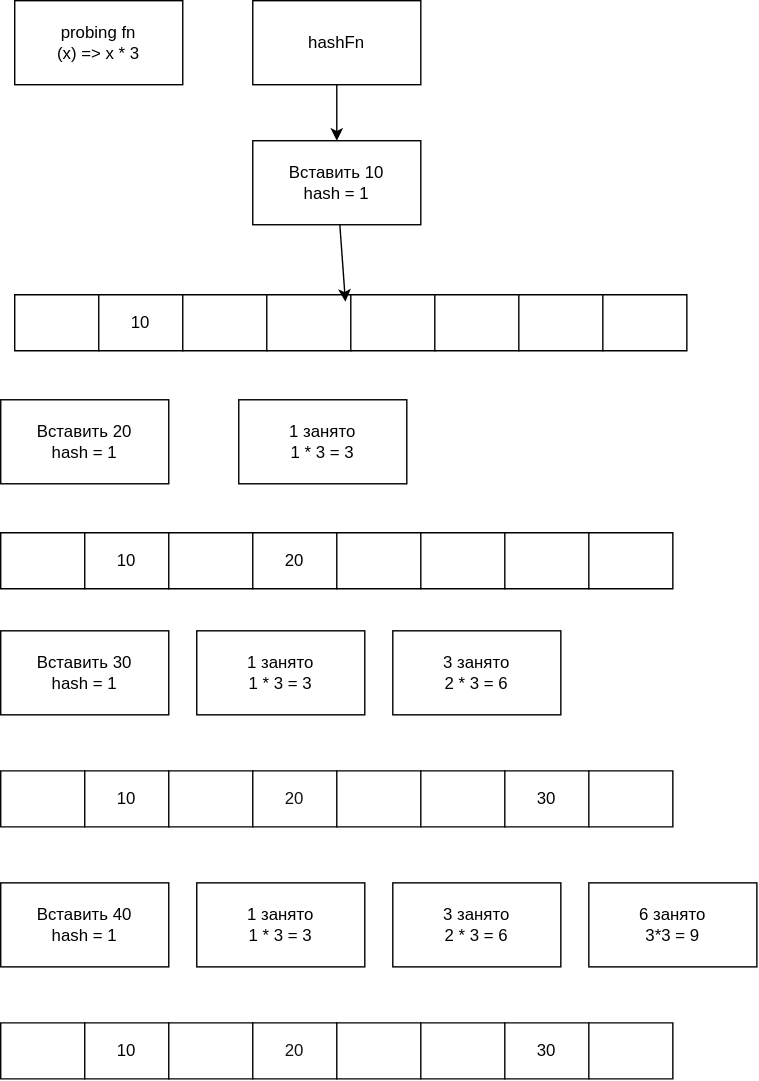
Above: База/Структуры данных/2. Быстро находить данные и проверять условия/2.3. Проверять принадлежность и уникальность/Множество (Set)/HashSet/OpenAddressing/Примеры.drawio.svg in kosukhin/catalog (draw.io), before the change. Source tidied: cells renumbered, new cells last; positions are measured from the earlier drawing's top-left corner, leaving out a move shared by most shapes.
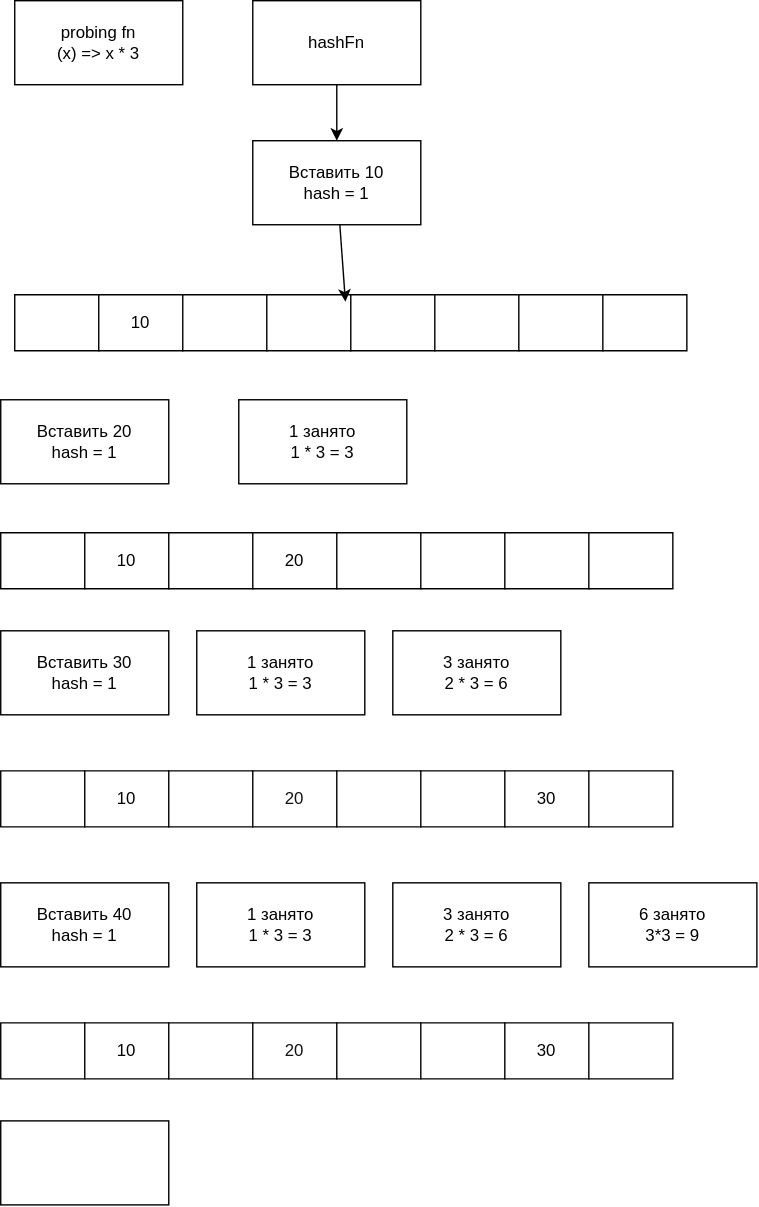
The same file after the commit.

What changed in the source:
```diff
@@ -164,5 +164,8 @@
     <mxCell id="55" value="6 занято&lt;div&gt;3*3 = 9&lt;/div&gt;" style="rounded=0;whiteSpace=wrap;html=1;" parent="1" vertex="1">
       <mxGeometry x="420" y="630" width="120" height="60" as="geometry" />
     </mxCell>
+    <mxCell id="56" style="rounded=0;whiteSpace=wrap;html=1;" parent="1" vertex="1">
+      <mxGeometry y="800" width="120" height="60" as="geometry" />
+    </mxCell>
   </root>
 </mxGraphModel>
```
